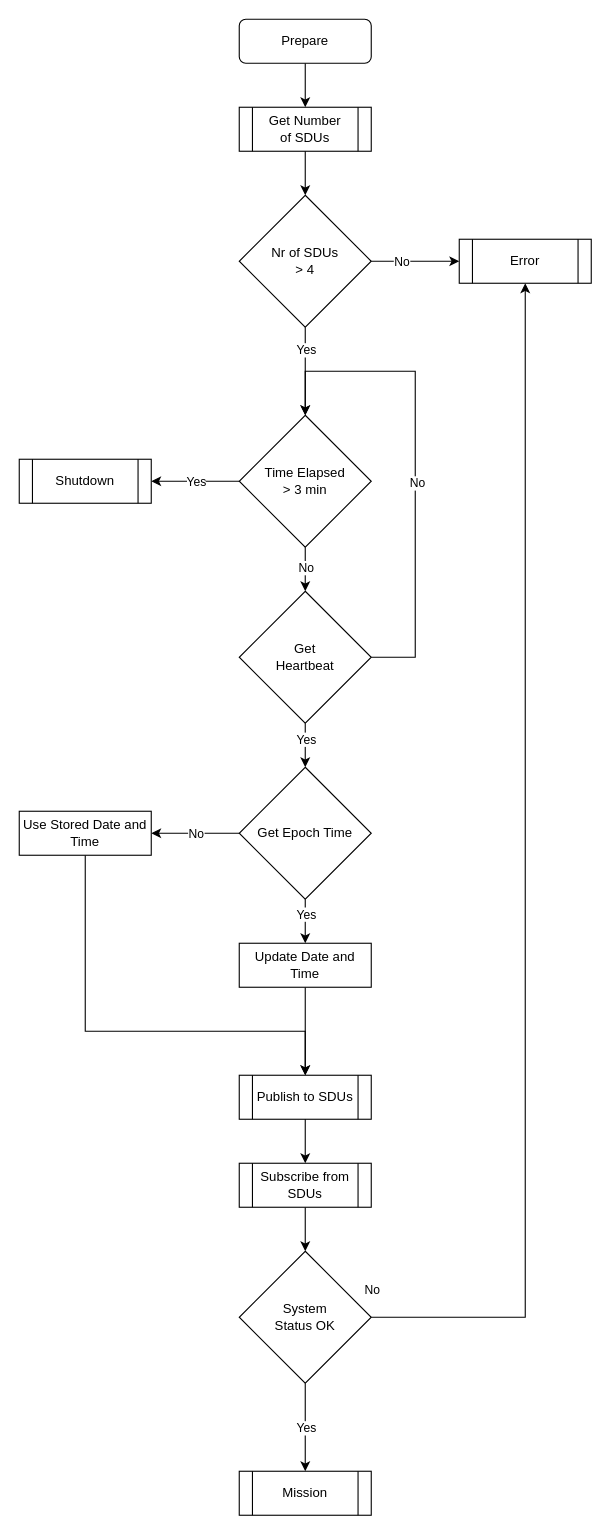
carlosrijo9/ISEP keeps this draw.io diagram as page "MDU_PREPARE" (3 of 4) of MESCC/2nd_year/2nd_semester/system_diagram.drawio. Above is the earlier version. Source tidied: cells renumbered, new cells numbered last; positions are measured from the earlier drawing's top-left corner, leaving out a move shared by most shapes. Both pictures are drawn from the tidied source at 110%, with x=0, y=0 at pixel (19, 19).
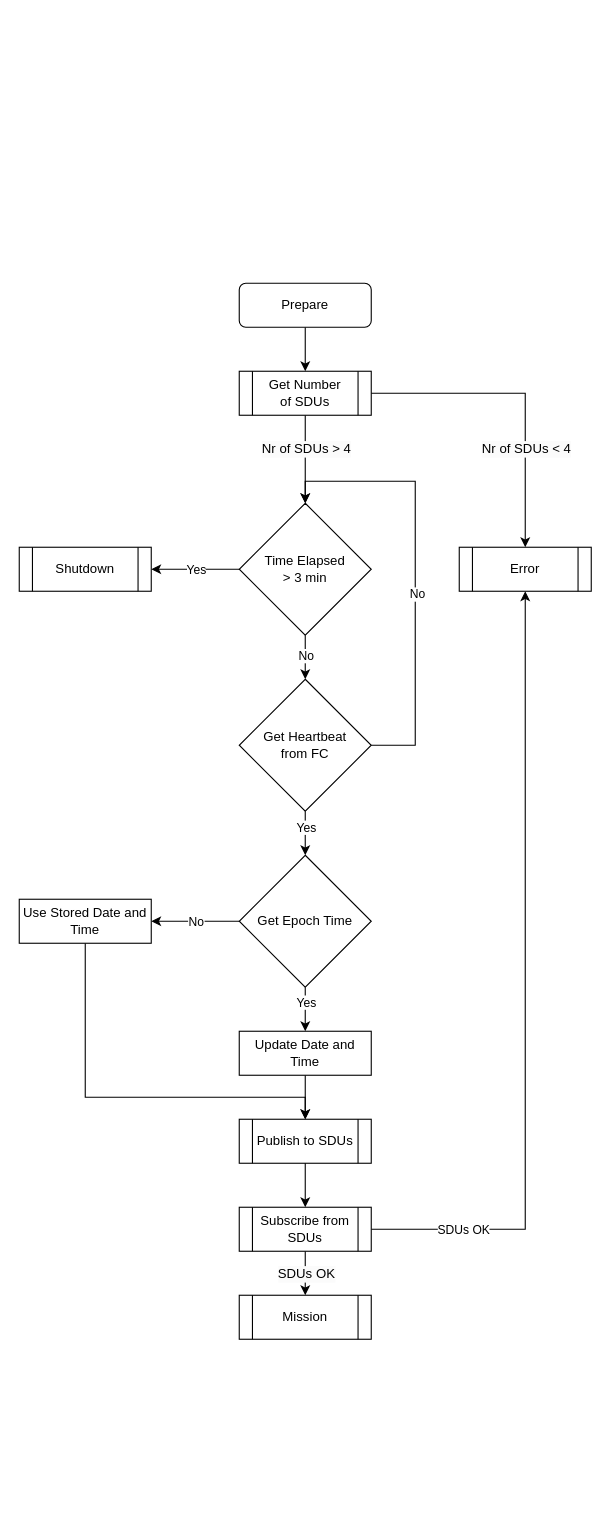
After the change.

Diff of the diagram source:
```diff
@@
     <mxCell id="2" style="edgeStyle=orthogonalEdgeStyle;rounded=0;jettySize=auto;html=1;exitX=1;exitY=0.5;exitDx=0;exitDy=0;entryX=0.5;entryY=0;entryDx=0;entryDy=0;" parent="1" edge="1" source="7" target="17">
       <mxGeometry relative="1" as="geometry">
         <Array as="points">
-          <mxPoint x="360" y="580" />
-          <mxPoint x="360" y="320" />
-          <mxPoint x="260" y="320" />
+          <mxPoint x="360" y="660" />
+          <mxPoint x="360" y="420" />
+          <mxPoint x="260" y="420" />
         </Array>
       </mxGeometry>
     </mxCell>
@@
     <mxCell id="4" style="edgeStyle=orthogonalEdgeStyle;rounded=0;orthogonalLoop=1;jettySize=auto;html=1;" parent="1" edge="1">
       <mxGeometry relative="1" as="geometry">
-        <mxPoint x="260" y="680" as="sourcePoint" />
-        <mxPoint x="260" y="680" as="targetPoint" />
+        <mxPoint x="260" y="760" as="sourcePoint" />
+        <mxPoint x="260" y="760" as="targetPoint" />
       </mxGeometry>
     </mxCell>
@@
-    <mxCell id="7" value="&lt;div&gt;Get&lt;/div&gt;&lt;div&gt;Heartbeat&lt;/div&gt;" style="rhombus;whiteSpace=wrap;html=1;" parent="1" vertex="1">
-      <mxGeometry x="200" y="520" width="120" height="120" as="geometry" />
+    <mxCell id="7" value="&lt;div&gt;Get&amp;nbsp;&lt;span style=&quot;background-color: initial;&quot;&gt;Heartbeat&lt;/span&gt;&lt;/div&gt;&lt;div&gt;&lt;span style=&quot;background-color: initial;&quot;&gt;from FC&lt;/span&gt;&lt;/div&gt;" style="rhombus;whiteSpace=wrap;html=1;" parent="1" vertex="1">
+      <mxGeometry x="200" y="600" width="120" height="120" as="geometry" />
     </mxCell>
-    <mxCell id="8" style="edgeStyle=orthogonalEdgeStyle;rounded=0;jettySize=auto;html=1;exitX=1;exitY=0.5;exitDx=0;exitDy=0;entryX=0.5;entryY=1;entryDx=0;entryDy=0;" parent="1" edge="1" source="12" target="42">
+    <mxCell id="8" style="edgeStyle=orthogonalEdgeStyle;rounded=0;jettySize=auto;html=1;exitX=1;exitY=0.5;exitDx=0;exitDy=0;entryX=0.5;entryY=1;entryDx=0;entryDy=0;" parent="1" edge="1" source="37" target="42">
       <mxGeometry relative="1" as="geometry" />
     </mxCell>
-    <mxCell id="9" value="No" style="edgeLabel;html=1;align=center;verticalAlign=middle;" parent="8" vertex="1">
-      <mxGeometry x="-0.25" y="1" relative="1" as="geometry">
-        <mxPoint x="-139" y="239" as="offset" />
-      </mxGeometry>
-    </mxCell>
+    <mxCell id="43" value="SDUs OK" style="edgeLabel;html=1;align=center;verticalAlign=middle;" parent="8" vertex="1">
+      <mxGeometry x="-0.77" y="-1" relative="1" as="geometry">
+        <mxPoint y="-1" as="offset" />
+      </mxGeometry>
+    </mxCell>
-    <mxCell id="10" style="edgeStyle=orthogonalEdgeStyle;rounded=0;jettySize=auto;html=1;entryX=0.5;entryY=0;entryDx=0;entryDy=0;" parent="1" edge="1" source="12" target="40">
+    <mxCell id="10" style="edgeStyle=orthogonalEdgeStyle;rounded=0;jettySize=auto;html=1;entryX=0.5;entryY=0;entryDx=0;entryDy=0;exitX=0.5;exitY=1;exitDx=0;exitDy=0;" parent="1" edge="1" source="37" target="40">
       <mxGeometry relative="1" as="geometry" />
     </mxCell>
-    <mxCell id="11" value="Yes" style="edgeLabel;html=1;align=center;verticalAlign=middle;" parent="10" vertex="1">
+    <mxCell id="11" value="&lt;div style=&quot;border-color: var(--border-color); font-size: 12px; background-color: rgb(251, 251, 251);&quot;&gt;SDUs OK&lt;br&gt;&lt;/div&gt;" style="edgeLabel;html=1;align=center;verticalAlign=middle;" parent="10" vertex="1">
       <mxGeometry x="-0.01" y="1" relative="1" as="geometry">
         <mxPoint x="-1" as="offset" />
       </mxGeometry>
     </mxCell>
-    <mxCell id="12" value="&lt;div&gt;System&lt;/div&gt;&lt;div&gt;Status OK&lt;/div&gt;" style="rhombus;whiteSpace=wrap;html=1;" parent="1" vertex="1">
-      <mxGeometry x="200" y="1120" width="120" height="120" as="geometry" />
-    </mxCell>
@@
     <mxCell id="17" value="&lt;div&gt;Time Elapsed&lt;/div&gt;&lt;div&gt;&amp;gt; 3 min&lt;/div&gt;" style="rhombus;whiteSpace=wrap;html=1;" parent="1" vertex="1">
-      <mxGeometry x="200" y="360" width="120" height="120" as="geometry" />
+      <mxGeometry x="200" y="440" width="120" height="120" as="geometry" />
     </mxCell>
@@
     <mxCell id="22" value="Get Epoch Time" style="rhombus;whiteSpace=wrap;html=1;" parent="1" vertex="1">
-      <mxGeometry x="200" y="680" width="120" height="120" as="geometry" />
+      <mxGeometry x="200" y="760" width="120" height="120" as="geometry" />
     </mxCell>
     <mxCell id="23" style="edgeStyle=orthogonalEdgeStyle;rounded=0;jettySize=auto;html=1;exitX=0.5;exitY=1;exitDx=0;exitDy=0;entryX=0.5;entryY=0;entryDx=0;entryDy=0;" parent="1" edge="1" source="24" target="26">
       <mxGeometry relative="1" as="geometry">
         <Array as="points">
-          <mxPoint x="60" y="920" />
-          <mxPoint x="260" y="920" />
+          <mxPoint x="60" y="980" />
+          <mxPoint x="260" y="980" />
         </Array>
       </mxGeometry>
     </mxCell>
     <mxCell id="24" value="Use Stored Date and Time" style="whiteSpace=wrap;html=1;" parent="1" vertex="1">
-      <mxGeometry y="720" width="120" height="40" as="geometry" />
+      <mxGeometry y="800" width="120" height="40" as="geometry" />
     </mxCell>
-    <mxCell id="25" style="edgeStyle=orthogonalEdgeStyle;rounded=0;jettySize=auto;html=1;" parent="1" edge="1" source="37" target="12">
-      <mxGeometry relative="1" as="geometry" />
-    </mxCell>
     <mxCell id="26" value="Publish to SDUs" style="shape=process;whiteSpace=wrap;html=1;backgroundOutline=1;" parent="1" vertex="1">
-      <mxGeometry x="200" y="960" width="120" height="40" as="geometry" />
+      <mxGeometry x="200" y="1000" width="120" height="40" as="geometry" />
     </mxCell>
@@
     <mxCell id="28" value="Update Date and Time" style="whiteSpace=wrap;html=1;" parent="1" vertex="1">
-      <mxGeometry x="200" y="840" width="120" height="40" as="geometry" />
+      <mxGeometry x="200" y="920" width="120" height="40" as="geometry" />
     </mxCell>
-    <mxCell id="29" style="edgeStyle=orthogonalEdgeStyle;rounded=0;jettySize=auto;html=1;" parent="1" edge="1" source="35" target="17">
+    <mxCell id="29" style="edgeStyle=orthogonalEdgeStyle;rounded=0;jettySize=auto;html=1;exitX=0.5;exitY=1;exitDx=0;exitDy=0;" parent="1" edge="1" source="31" target="17">
       <mxGeometry relative="1" as="geometry" />
     </mxCell>
-    <mxCell id="30" value="Yes" style="edgeLabel;html=1;align=center;verticalAlign=middle;" parent="29" vertex="1">
+    <mxCell id="30" value="&lt;div style=&quot;border-color: var(--border-color); font-size: 12px; background-color: rgb(251, 251, 251);&quot;&gt;Nr of SDUs &amp;gt; 4&lt;/div&gt;" style="edgeLabel;html=1;align=center;verticalAlign=middle;" parent="29" vertex="1">
       <mxGeometry x="-0.58" y="-1" relative="1" as="geometry">
-        <mxPoint x="1" y="3" as="offset" />
+        <mxPoint x="1" y="13" as="offset" />
       </mxGeometry>
     </mxCell>
     <mxCell id="31" value="&lt;div&gt;Get Number&lt;/div&gt;&lt;div&gt;of SDUs&lt;/div&gt;" style="shape=process;whiteSpace=wrap;html=1;backgroundOutline=1;" parent="1" vertex="1">
-      <mxGeometry x="200" y="80" width="120" height="40" as="geometry" />
+      <mxGeometry x="200" y="320" width="120" height="40" as="geometry" />
     </mxCell>
-    <mxCell id="32" style="edgeStyle=orthogonalEdgeStyle;rounded=0;jettySize=auto;html=1;" parent="1" edge="1" source="31" target="35">
-      <mxGeometry relative="1" as="geometry" />
-    </mxCell>
-    <mxCell id="33" style="edgeStyle=orthogonalEdgeStyle;rounded=0;jettySize=auto;html=1;entryX=0;entryY=0.5;entryDx=0;entryDy=0;" parent="1" edge="1" source="35" target="42">
+    <mxCell id="33" style="edgeStyle=orthogonalEdgeStyle;rounded=0;jettySize=auto;html=1;entryX=0.5;entryY=0;entryDx=0;entryDy=0;exitX=1;exitY=0.5;exitDx=0;exitDy=0;" parent="1" edge="1" source="31" target="42">
       <mxGeometry relative="1" as="geometry" />
     </mxCell>
-    <mxCell id="34" value="No" style="edgeLabel;html=1;align=center;verticalAlign=middle;" parent="33" vertex="1">
+    <mxCell id="34" value="&lt;div style=&quot;border-color: var(--border-color); font-size: 12px; background-color: rgb(251, 251, 251);&quot;&gt;Nr of SDUs &amp;lt; 4&lt;/div&gt;" style="edgeLabel;html=1;align=center;verticalAlign=middle;" parent="33" vertex="1">
       <mxGeometry x="-0.39" y="-3" relative="1" as="geometry">
-        <mxPoint x="3" y="-3" as="offset" />
+        <mxPoint x="55" y="47" as="offset" />
       </mxGeometry>
     </mxCell>
-    <mxCell id="35" value="&lt;div&gt;Nr of SDUs&lt;/div&gt;&lt;div&gt;&amp;gt; 4&lt;br&gt;&lt;/div&gt;" style="rhombus;whiteSpace=wrap;html=1;" parent="1" vertex="1">
-      <mxGeometry x="200" y="160" width="120" height="120" as="geometry" />
-    </mxCell>
@@
     <mxCell id="37" value="Subscribe from SDUs" style="shape=process;whiteSpace=wrap;html=1;backgroundOutline=1;" parent="1" vertex="1">
-      <mxGeometry x="200" y="1040" width="120" height="40" as="geometry" />
+      <mxGeometry x="200" y="1080" width="120" height="40" as="geometry" />
     </mxCell>
@@
     <mxCell id="39" value="Prepare" style="rounded=1;whiteSpace=wrap;html=1;" parent="1" vertex="1">
-      <mxGeometry x="200" width="120" height="40" as="geometry" />
+      <mxGeometry x="200" y="240" width="120" height="40" as="geometry" />
     </mxCell>
     <mxCell id="40" value="Mission" style="shape=process;whiteSpace=wrap;html=1;backgroundOutline=1;" parent="1" vertex="1">
-      <mxGeometry x="200" y="1320" width="120" height="40" as="geometry" />
+      <mxGeometry x="200" y="1160" width="120" height="40" as="geometry" />
     </mxCell>
     <mxCell id="41" value="Shutdown" style="shape=process;whiteSpace=wrap;html=1;backgroundOutline=1;" parent="1" vertex="1">
-      <mxGeometry y="400" width="120" height="40" as="geometry" />
+      <mxGeometry y="480" width="120" height="40" as="geometry" />
     </mxCell>
     <mxCell id="42" value="Error" style="shape=process;whiteSpace=wrap;html=1;backgroundOutline=1;" parent="1" vertex="1">
-      <mxGeometry x="400" y="200" width="120" height="40" as="geometry" />
+      <mxGeometry x="400" y="480" width="120" height="40" as="geometry" />
     </mxCell>
```
